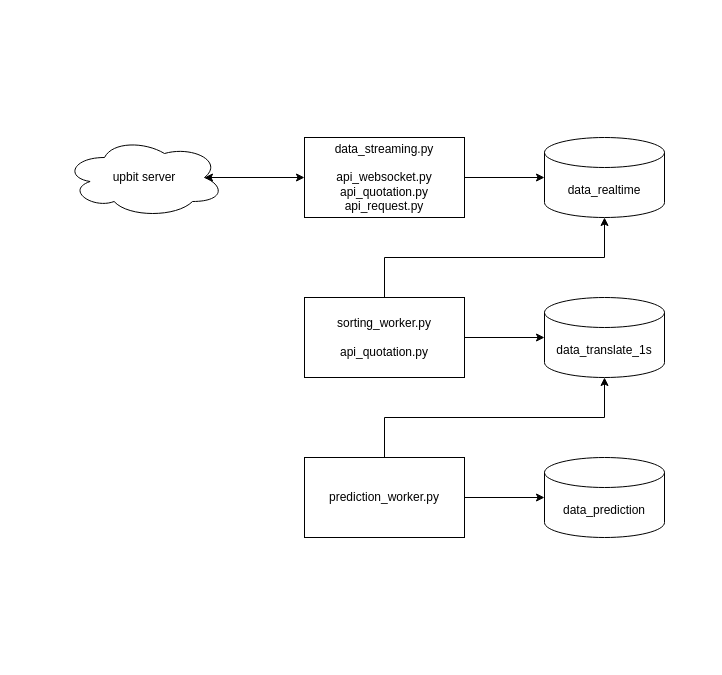
Before: test_03.drawio in JM-SEO/test_03, a draw.io diagram. Source tidied: cells renumbered, new cells numbered last; positions are measured from the earlier drawing's top-left corner, leaving out a move shared by most shapes. Both pictures are drawn from the tidied source at 100%, with x=0, y=0 at pixel (64, 137).
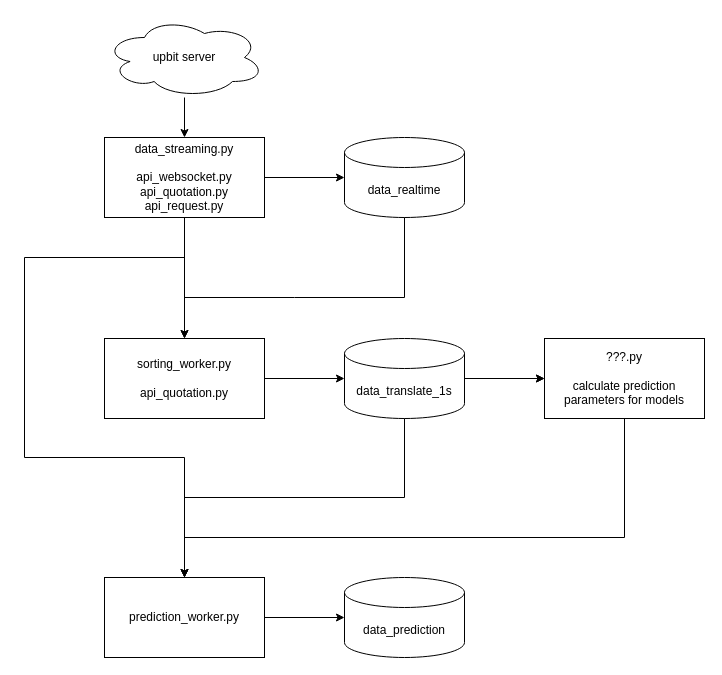
The same page after the edit.

Diff of the diagram source:
```diff
@@
+    <mxCell id="6" style="edgeStyle=orthogonalEdgeStyle;rounded=0;jettySize=auto;html=1;entryX=0.5;entryY=0;entryDx=0;entryDy=0;" parent="1" edge="1" source="2" target="3">
+      <mxGeometry relative="1" as="geometry" />
+    </mxCell>
     <mxCell id="2" value="upbit server" style="ellipse;shape=cloud;whiteSpace=wrap;html=1;" parent="1" vertex="1">
-      <mxGeometry width="160" height="80" as="geometry" />
+      <mxGeometry x="40" y="-120" width="160" height="80" as="geometry" />
     </mxCell>
+    <mxCell id="15" style="edgeStyle=orthogonalEdgeStyle;rounded=0;jettySize=auto;html=1;" parent="1" edge="1" source="3" target="7">
+      <mxGeometry relative="1" as="geometry" />
+    </mxCell>
     <mxCell id="3" value="data_streaming.py&lt;div&gt;&lt;br&gt;&lt;/div&gt;&lt;div&gt;api_websocket.py&lt;/div&gt;&lt;div&gt;api_quotation.py&lt;/div&gt;&lt;div&gt;api_request.py&lt;/div&gt;" style="rounded=0;whiteSpace=wrap;html=1;" parent="1" vertex="1">
-      <mxGeometry x="240" width="160" height="80" as="geometry" />
+      <mxGeometry x="40" width="160" height="80" as="geometry" />
     </mxCell>
     <mxCell id="4" value="data_realtime" style="shape=cylinder3;whiteSpace=wrap;html=1;boundedLbl=1;backgroundOutline=1;size=15;" parent="1" vertex="1">
-      <mxGeometry x="480" width="120" height="80" as="geometry" />
+      <mxGeometry x="280" width="120" height="80" as="geometry" />
     </mxCell>
@@
-    <mxCell id="6" style="endArrow=classic;startArrow=classic;html=1;rounded=0;exitX=0.875;exitY=0.5;exitDx=0;exitDy=0;exitPerimeter=0;entryX=0;entryY=0.5;entryDx=0;entryDy=0;" parent="1" edge="1" source="2" target="3">
-      <mxGeometry relative="1" as="geometry" />
-    </mxCell>
     <mxCell id="7" value="sorting_worker.py&lt;div&gt;&lt;br&gt;&lt;/div&gt;&lt;div&gt;api_quotation.py&lt;/div&gt;" style="rounded=0;whiteSpace=wrap;html=1;" parent="1" vertex="1">
-      <mxGeometry x="240" y="160" width="160" height="80" as="geometry" />
+      <mxGeometry x="40" y="201" width="160" height="80" as="geometry" />
     </mxCell>
-    <mxCell id="8" style="endArrow=classic;html=1;rounded=0;entryX=0.5;entryY=1;entryDx=0;entryDy=0;entryPerimeter=0;exitX=0.5;exitY=0;exitDx=0;exitDy=0;" parent="1" edge="1" source="7" target="4">
+    <mxCell id="8" style="endArrow=none;html=1;rounded=0;entryX=0.5;entryY=1;entryDx=0;entryDy=0;entryPerimeter=0;exitX=0.5;exitY=0;exitDx=0;exitDy=0;startArrow=classic;startFill=1;" parent="1" edge="1" source="7" target="4">
       <mxGeometry relative="1" as="geometry">
         <Array as="points">
-          <mxPoint x="320" y="120" />
-          <mxPoint x="540" y="120" />
+          <mxPoint x="120" y="160" />
+          <mxPoint x="230" y="160" />
+          <mxPoint x="340" y="160" />
         </Array>
       </mxGeometry>
     </mxCell>
+    <mxCell id="16" style="edgeStyle=orthogonalEdgeStyle;rounded=0;jettySize=auto;html=1;entryX=0;entryY=0.5;entryDx=0;entryDy=0;" parent="1" edge="1" source="9" target="19">
+      <mxGeometry relative="1" as="geometry" />
+    </mxCell>
+    <mxCell id="17" style="edgeStyle=orthogonalEdgeStyle;rounded=0;jettySize=auto;html=1;" parent="1" edge="1" source="9" target="19">
+      <mxGeometry relative="1" as="geometry" />
+    </mxCell>
     <mxCell id="9" value="data_translate_1s" style="shape=cylinder3;whiteSpace=wrap;html=1;boundedLbl=1;backgroundOutline=1;size=15;" parent="1" vertex="1">
-      <mxGeometry x="480" y="160" width="120" height="80" as="geometry" />
+      <mxGeometry x="280" y="201" width="120" height="80" as="geometry" />
     </mxCell>
@@
     <mxCell id="11" value="prediction_worker.py" style="rounded=0;whiteSpace=wrap;html=1;" parent="1" vertex="1">
-      <mxGeometry x="240" y="320" width="160" height="80" as="geometry" />
+      <mxGeometry x="40" y="440" width="160" height="80" as="geometry" />
     </mxCell>
-    <mxCell id="12" style="endArrow=classic;html=1;rounded=0;entryX=0.5;entryY=1;entryDx=0;entryDy=0;entryPerimeter=0;exitX=0.5;exitY=0;exitDx=0;exitDy=0;" parent="1" edge="1" source="11" target="9">
+    <mxCell id="12" style="endArrow=none;html=1;rounded=0;entryX=0.5;entryY=1;entryDx=0;entryDy=0;entryPerimeter=0;exitX=0.5;exitY=0;exitDx=0;exitDy=0;startArrow=classic;startFill=1;" parent="1" edge="1" source="11" target="9">
       <mxGeometry relative="1" as="geometry">
         <Array as="points">
-          <mxPoint x="320" y="280" />
-          <mxPoint x="540" y="280" />
+          <mxPoint x="120" y="360" />
+          <mxPoint x="340" y="360" />
         </Array>
       </mxGeometry>
     </mxCell>
     <mxCell id="13" value="data_prediction" style="shape=cylinder3;whiteSpace=wrap;html=1;boundedLbl=1;backgroundOutline=1;size=15;" parent="1" vertex="1">
-      <mxGeometry x="480" y="320" width="120" height="80" as="geometry" />
+      <mxGeometry x="280" y="440" width="120" height="80" as="geometry" />
     </mxCell>
@@
+    <mxCell id="18" style="endArrow=classic;html=1;rounded=0;exitX=0.5;exitY=1;exitDx=0;exitDy=0;entryX=0.5;entryY=0;entryDx=0;entryDy=0;" parent="1" edge="1" source="3" target="11">
+      <mxGeometry relative="1" as="geometry">
+        <Array as="points">
+          <mxPoint x="120" y="120" />
+          <mxPoint x="-40" y="120" />
+          <mxPoint x="-40" y="320" />
+          <mxPoint x="120" y="320" />
+        </Array>
+      </mxGeometry>
+    </mxCell>
+    <mxCell id="19" value="???.py&lt;div&gt;&lt;br&gt;&lt;/div&gt;&lt;div&gt;calculate prediction parameters for models&lt;/div&gt;" style="rounded=0;whiteSpace=wrap;html=1;" parent="1" vertex="1">
+      <mxGeometry x="480" y="201" width="160" height="80" as="geometry" />
+    </mxCell>
+    <mxCell id="20" style="endArrow=classic;html=1;rounded=0;entryX=0.5;entryY=0;entryDx=0;entryDy=0;exitX=0.5;exitY=1;exitDx=0;exitDy=0;" parent="1" edge="1" source="19" target="11">
+      <mxGeometry relative="1" as="geometry">
+        <Array as="points">
+          <mxPoint x="560" y="400" />
+          <mxPoint x="120" y="400" />
+        </Array>
+      </mxGeometry>
+    </mxCell>
```
